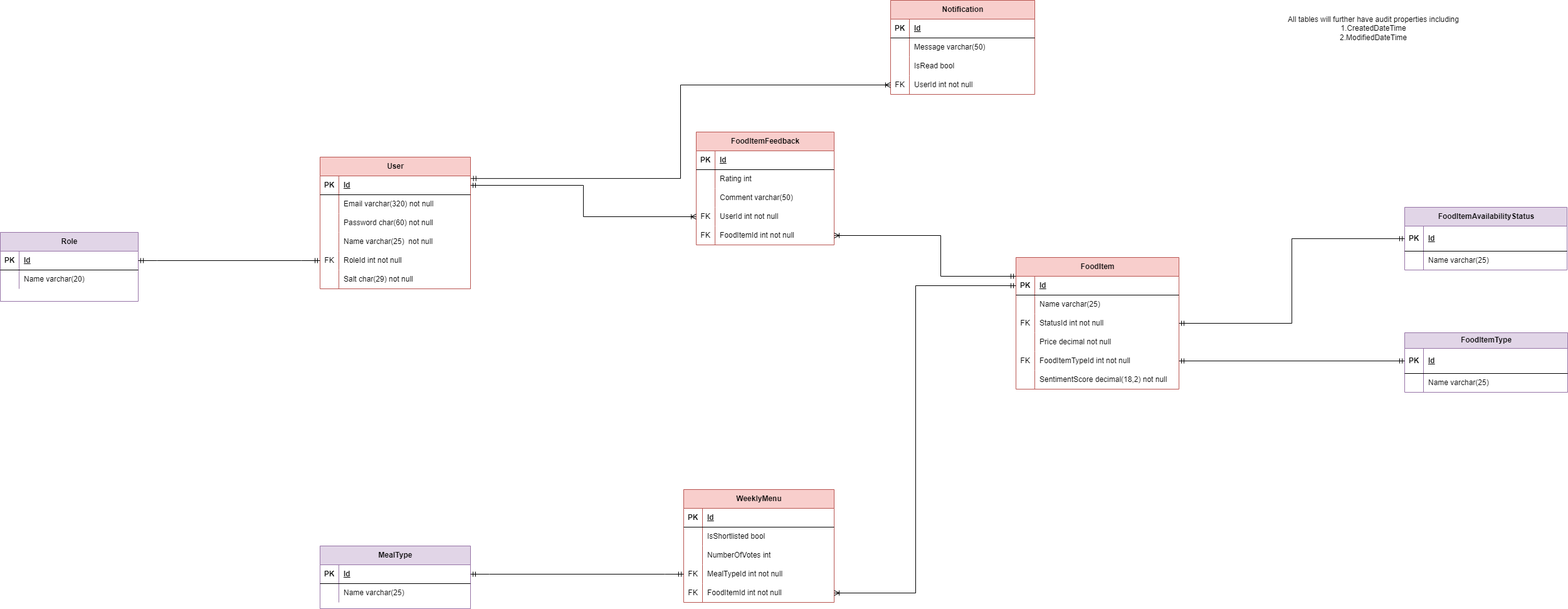
The draw.io diagram Uml Diagrams/ERDiagram.png in radhikaaojha/Cafeteria-Recommendation-Engine, before a commit. Source tidied: cells renumbered, new cells last; positions are measured from the earlier drawing's top-left corner, leaving out a move shared by most shapes.
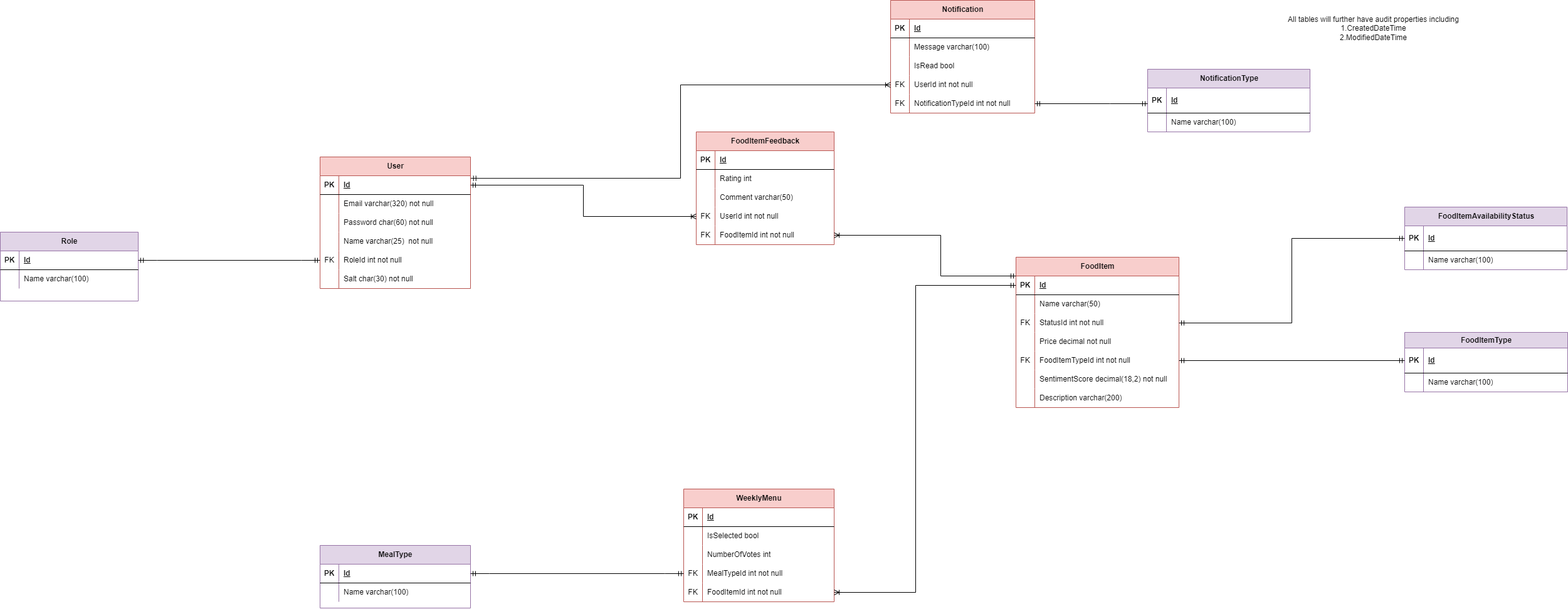
After the commit.

Diff of the diagram source:
```diff
@@ -56,7 +56,7 @@
     <mxCell id="19" style="shape=partialRectangle;fillColor=none;top=0;left=0;bottom=0;right=0;overflow=hidden;whiteSpace=wrap;html=1;" parent="18" vertex="1">
       <mxGeometry width="30" height="30" as="geometry" />
     </mxCell>
-    <mxCell id="20" value="Salt char(29) not null" style="shape=partialRectangle;fillColor=none;top=0;left=0;bottom=0;right=0;align=left;spacingLeft=6;overflow=hidden;whiteSpace=wrap;html=1;" parent="18" vertex="1">
+    <mxCell id="20" value="Salt char(30) not null" style="shape=partialRectangle;fillColor=none;top=0;left=0;bottom=0;right=0;align=left;spacingLeft=6;overflow=hidden;whiteSpace=wrap;html=1;" parent="18" vertex="1">
       <mxGeometry x="30" width="210" height="30" as="geometry" />
     </mxCell>
     <mxCell id="21" value="Role" style="shape=table;startSize=30;rowLines=0;fontStyle=1;align=center;html=1;fillColor=#e1d5e7;strokeColor=#9673a6;" parent="1" vertex="1">
@@ -77,11 +77,11 @@
     <mxCell id="26" style="shape=partialRectangle;fillColor=none;top=0;left=0;bottom=0;right=0;overflow=hidden;whiteSpace=wrap;html=1;" parent="25" vertex="1">
       <mxGeometry width="30" height="30" as="geometry" />
     </mxCell>
-    <mxCell id="27" value="Name varchar(20)" style="shape=partialRectangle;fillColor=none;top=0;left=0;bottom=0;right=0;align=left;spacingLeft=6;overflow=hidden;whiteSpace=wrap;html=1;" parent="25" vertex="1">
+    <mxCell id="27" value="Name varchar(100)" style="shape=partialRectangle;fillColor=none;top=0;left=0;bottom=0;right=0;align=left;spacingLeft=6;overflow=hidden;whiteSpace=wrap;html=1;" parent="25" vertex="1">
       <mxGeometry x="30" width="190" height="30" as="geometry" />
     </mxCell>
     <mxCell id="28" value="FoodItem" style="shape=table;startSize=30;rowLines=0;fontStyle=1;align=center;html=1;fillColor=#f8cecc;strokeColor=#b85450;" parent="1" vertex="1">
-      <mxGeometry x="1620" y="410" width="260" height="210" as="geometry" />
+      <mxGeometry x="1620" y="410" width="260" height="240" as="geometry" />
     </mxCell>
     <mxCell id="29" style="shape=tableRow;horizontal=0;startSize=0;swimlaneHead=0;swimlaneBody=0;fillColor=none;points=[[0,0.5],[1,0.5]];portConstraint=eastwest;top=0;left=0;right=0;bottom=1;" parent="28" vertex="1">
       <mxGeometry y="30" width="260" height="30" as="geometry" />
@@ -98,7 +98,7 @@
     <mxCell id="33" style="shape=partialRectangle;fillColor=none;top=0;left=0;bottom=0;right=0;overflow=hidden;whiteSpace=wrap;html=1;" parent="32" vertex="1">
       <mxGeometry width="30" height="30" as="geometry" />
     </mxCell>
-    <mxCell id="34" value="Name varchar(25)" style="shape=partialRectangle;fillColor=none;top=0;left=0;bottom=0;right=0;align=left;spacingLeft=6;overflow=hidden;whiteSpace=wrap;html=1;" parent="32" vertex="1">
+    <mxCell id="34" value="Name varchar(50)" style="shape=partialRectangle;fillColor=none;top=0;left=0;bottom=0;right=0;align=left;spacingLeft=6;overflow=hidden;whiteSpace=wrap;html=1;" parent="32" vertex="1">
       <mxGeometry x="30" width="230" height="30" as="geometry" />
     </mxCell>
     <mxCell id="35" style="shape=tableRow;horizontal=0;startSize=0;swimlaneHead=0;swimlaneBody=0;fillColor=none;points=[[0,0.5],[1,0.5]];portConstraint=eastwest;top=0;left=0;right=0;bottom=0;" parent="28" vertex="1">
@@ -137,6 +137,15 @@
     <mxCell id="46" value="SentimentScore decimal(18,2) not null" style="shape=partialRectangle;fillColor=none;top=0;left=0;bottom=0;right=0;align=left;spacingLeft=6;overflow=hidden;whiteSpace=wrap;html=1;" parent="44" vertex="1">
       <mxGeometry x="30" width="230" height="30" as="geometry" />
     </mxCell>
+    <mxCell id="127" style="shape=tableRow;horizontal=0;startSize=0;swimlaneHead=0;swimlaneBody=0;fillColor=none;top=0;left=0;right=0;bottom=0;" parent="28" vertex="1">
+      <mxGeometry y="210" width="260" height="30" as="geometry" />
+    </mxCell>
+    <mxCell id="128" style="shape=partialRectangle;fillColor=none;top=0;left=0;bottom=0;right=0;overflow=hidden;whiteSpace=wrap;html=1;" parent="127" vertex="1">
+      <mxGeometry width="30" height="30" as="geometry" />
+    </mxCell>
+    <mxCell id="129" value="Description varchar(200)" style="shape=partialRectangle;fillColor=none;top=0;left=0;bottom=0;right=0;align=left;spacingLeft=6;overflow=hidden;whiteSpace=wrap;html=1;" parent="127" vertex="1">
+      <mxGeometry x="30" width="230" height="30" as="geometry" />
+    </mxCell>
     <mxCell id="47" value="MealType" style="shape=table;startSize=30;rowLines=0;fontStyle=1;align=center;html=1;fillColor=#e1d5e7;strokeColor=#9673a6;" parent="1" vertex="1">
       <mxGeometry x="510" y="870" width="240" height="100" as="geometry" />
     </mxCell>
@@ -155,11 +164,11 @@
     <mxCell id="52" style="shape=partialRectangle;fillColor=none;top=0;left=0;bottom=0;right=0;overflow=hidden;whiteSpace=wrap;html=1;" parent="51" vertex="1">
       <mxGeometry width="30" height="30" as="geometry" />
     </mxCell>
-    <mxCell id="53" value="Name varchar(25)" style="shape=partialRectangle;fillColor=none;top=0;left=0;bottom=0;right=0;align=left;spacingLeft=6;overflow=hidden;whiteSpace=wrap;html=1;" parent="51" vertex="1">
+    <mxCell id="53" value="Name varchar(100)" style="shape=partialRectangle;fillColor=none;top=0;left=0;bottom=0;right=0;align=left;spacingLeft=6;overflow=hidden;whiteSpace=wrap;html=1;" parent="51" vertex="1">
       <mxGeometry x="30" width="210" height="30" as="geometry" />
     </mxCell>
     <mxCell id="54" value="Notification" style="shape=table;startSize=30;rowLines=0;fontStyle=1;align=center;html=1;fillColor=#f8cecc;strokeColor=#b85450;" parent="1" vertex="1">
-      <mxGeometry x="1420" width="230" height="150" as="geometry" />
+      <mxGeometry x="1420" width="230" height="180" as="geometry" />
     </mxCell>
     <mxCell id="55" style="shape=tableRow;horizontal=0;startSize=0;swimlaneHead=0;swimlaneBody=0;fillColor=none;top=0;left=0;right=0;bottom=1;" parent="54" vertex="1">
       <mxGeometry y="30" width="230" height="30" as="geometry" />
@@ -176,7 +185,7 @@
     <mxCell id="59" style="shape=partialRectangle;fillColor=none;top=0;left=0;bottom=0;right=0;overflow=hidden;whiteSpace=wrap;html=1;" parent="58" vertex="1">
       <mxGeometry width="30" height="30" as="geometry" />
     </mxCell>
-    <mxCell id="60" value="Message varchar(50)" style="shape=partialRectangle;fillColor=none;top=0;left=0;bottom=0;right=0;align=left;spacingLeft=6;overflow=hidden;whiteSpace=wrap;html=1;" parent="58" vertex="1">
+    <mxCell id="60" value="Message varchar(100)" style="shape=partialRectangle;fillColor=none;top=0;left=0;bottom=0;right=0;align=left;spacingLeft=6;overflow=hidden;whiteSpace=wrap;html=1;" parent="58" vertex="1">
       <mxGeometry x="30" width="200" height="30" as="geometry" />
     </mxCell>
     <mxCell id="61" style="shape=tableRow;horizontal=0;startSize=0;swimlaneHead=0;swimlaneBody=0;fillColor=none;top=0;left=0;right=0;bottom=0;" parent="54" vertex="1">
@@ -197,6 +206,15 @@
     <mxCell id="66" value="UserId int not null" style="shape=partialRectangle;fillColor=none;top=0;left=0;bottom=0;right=0;align=left;spacingLeft=6;overflow=hidden;whiteSpace=wrap;html=1;" parent="64" vertex="1">
       <mxGeometry x="30" width="200" height="30" as="geometry" />
     </mxCell>
+    <mxCell id="130" style="shape=tableRow;horizontal=0;startSize=0;swimlaneHead=0;swimlaneBody=0;fillColor=none;points=[[0,0.5],[1,0.5]];portConstraint=eastwest;top=0;left=0;right=0;bottom=0;" parent="54" vertex="1">
+      <mxGeometry y="150" width="230" height="30" as="geometry" />
+    </mxCell>
+    <mxCell id="131" value="FK" style="shape=partialRectangle;fillColor=none;top=0;left=0;bottom=0;right=0;overflow=hidden;whiteSpace=wrap;html=1;" parent="130" vertex="1">
+      <mxGeometry width="30" height="30" as="geometry" />
+    </mxCell>
+    <mxCell id="132" value="NotificationTypeId int not null" style="shape=partialRectangle;fillColor=none;top=0;left=0;bottom=0;right=0;align=left;spacingLeft=6;overflow=hidden;whiteSpace=wrap;html=1;" parent="130" vertex="1">
+      <mxGeometry x="30" width="200" height="30" as="geometry" />
+    </mxCell>
     <mxCell id="67" value="FoodItemFeedback" style="shape=table;startSize=30;rowLines=0;fontStyle=1;align=center;html=1;fillColor=#f8cecc;strokeColor=#b85450;" parent="1" vertex="1">
       <mxGeometry x="1110" y="210" width="220" height="180" as="geometry" />
     </mxCell>
@@ -263,7 +281,7 @@
     <mxCell id="88" style="shape=partialRectangle;fillColor=none;top=0;left=0;bottom=0;right=0;overflow=hidden;whiteSpace=wrap;html=1;" parent="87" vertex="1">
       <mxGeometry width="30" height="30" as="geometry" />
     </mxCell>
-    <mxCell id="89" value="IsShortlisted bool" style="shape=partialRectangle;fillColor=none;top=0;left=0;bottom=0;right=0;align=left;spacingLeft=6;overflow=hidden;whiteSpace=wrap;html=1;" parent="87" vertex="1">
+    <mxCell id="89" value="IsSelected bool" style="shape=partialRectangle;fillColor=none;top=0;left=0;bottom=0;right=0;align=left;spacingLeft=6;overflow=hidden;whiteSpace=wrap;html=1;" parent="87" vertex="1">
       <mxGeometry x="30" width="210" height="30" as="geometry" />
     </mxCell>
     <mxCell id="90" style="shape=tableRow;horizontal=0;startSize=0;swimlaneHead=0;swimlaneBody=0;fillColor=none;top=0;left=0;right=0;bottom=0;" parent="83" vertex="1">
@@ -333,7 +351,7 @@
     <mxCell id="108" style="shape=partialRectangle;fillColor=none;top=0;left=0;bottom=0;right=0;overflow=hidden;whiteSpace=wrap;html=1;" parent="107" vertex="1">
       <mxGeometry width="30" height="30" as="geometry" />
     </mxCell>
-    <mxCell id="109" value="Name varchar(25)" style="shape=partialRectangle;fillColor=none;top=0;left=0;bottom=0;right=0;align=left;spacingLeft=6;overflow=hidden;whiteSpace=wrap;html=1;" parent="107" vertex="1">
+    <mxCell id="109" value="Name varchar(100)" style="shape=partialRectangle;fillColor=none;top=0;left=0;bottom=0;right=0;align=left;spacingLeft=6;overflow=hidden;whiteSpace=wrap;html=1;" parent="107" vertex="1">
       <mxGeometry x="30" width="229" height="30" as="geometry" />
     </mxCell>
     <mxCell id="110" style="edgeStyle=orthogonalEdgeStyle;fontSize=12;html=1;endArrow=ERmandOne;startArrow=ERmandOne;rounded=0;" parent="1" edge="1" source="35" target="104">
@@ -372,7 +390,7 @@
     <mxCell id="121" style="shape=partialRectangle;fillColor=none;top=0;left=0;bottom=0;right=0;overflow=hidden;whiteSpace=wrap;html=1;" parent="120" vertex="1">
       <mxGeometry width="30" height="30" as="geometry" />
     </mxCell>
-    <mxCell id="122" value="Name varchar(25)" style="shape=partialRectangle;fillColor=none;top=0;left=0;bottom=0;right=0;align=left;spacingLeft=6;overflow=hidden;whiteSpace=wrap;html=1;" parent="120" vertex="1">
+    <mxCell id="122" value="Name varchar(100)" style="shape=partialRectangle;fillColor=none;top=0;left=0;bottom=0;right=0;align=left;spacingLeft=6;overflow=hidden;whiteSpace=wrap;html=1;" parent="120" vertex="1">
       <mxGeometry x="30" width="230" height="30" as="geometry" />
     </mxCell>
     <mxCell id="123" style="fontSize=12;html=1;endArrow=ERmandOne;startArrow=ERmandOne;rounded=0;" parent="1" edge="1" source="41" target="117">
@@ -387,5 +405,34 @@
     <mxCell id="126" value="All tables will further have audit properties including&lt;div&gt;1.CreatedDateTime&lt;/div&gt;&lt;div&gt;2.ModifiedDateTime&lt;/div&gt;" style="text;html=1;align=center;verticalAlign=middle;strokeColor=none;fillColor=none;" parent="1" vertex="1">
       <mxGeometry x="2040" y="15" width="300" height="60" as="geometry" />
     </mxCell>
+    <mxCell id="133" value="NotificationType" style="shape=table;startSize=30;rowLines=0;fontStyle=1;align=center;html=1;fillColor=#e1d5e7;strokeColor=#9673a6;" parent="1" vertex="1">
+      <mxGeometry x="1830" y="110" width="259" height="100" as="geometry" />
+    </mxCell>
+    <mxCell id="134" style="shape=tableRow;horizontal=0;startSize=0;swimlaneHead=0;swimlaneBody=0;fillColor=none;points=[[0,0.5],[1,0.5]];portConstraint=eastwest;top=0;left=0;right=0;bottom=1;" parent="133" vertex="1">
+      <mxGeometry y="30" width="259" height="40" as="geometry" />
+    </mxCell>
+    <mxCell id="135" value="PK" style="shape=partialRectangle;fillColor=none;top=0;left=0;bottom=0;right=0;fontStyle=1;overflow=hidden;whiteSpace=wrap;html=1;" parent="134" vertex="1">
+      <mxGeometry width="30" height="40" as="geometry" />
+    </mxCell>
+    <mxCell id="136" value="Id" style="shape=partialRectangle;fillColor=none;top=0;left=0;bottom=0;right=0;align=left;spacingLeft=6;fontStyle=5;overflow=hidden;whiteSpace=wrap;html=1;" parent="134" vertex="1">
+      <mxGeometry x="30" width="229" height="40" as="geometry" />
+    </mxCell>
+    <mxCell id="137" style="shape=tableRow;horizontal=0;startSize=0;swimlaneHead=0;swimlaneBody=0;fillColor=none;top=0;left=0;right=0;bottom=0;" parent="133" vertex="1">
+      <mxGeometry y="70" width="259" height="30" as="geometry" />
+    </mxCell>
+    <mxCell id="138" style="shape=partialRectangle;fillColor=none;top=0;left=0;bottom=0;right=0;overflow=hidden;whiteSpace=wrap;html=1;" parent="137" vertex="1">
+      <mxGeometry width="30" height="30" as="geometry" />
+    </mxCell>
+    <mxCell id="139" value="Name varchar(100)" style="shape=partialRectangle;fillColor=none;top=0;left=0;bottom=0;right=0;align=left;spacingLeft=6;overflow=hidden;whiteSpace=wrap;html=1;" parent="137" vertex="1">
+      <mxGeometry x="30" width="229" height="30" as="geometry" />
+    </mxCell>
+    <mxCell id="140" style="edgeStyle=orthogonalEdgeStyle;fontSize=12;html=1;endArrow=ERmandOne;startArrow=ERmandOne;rounded=0;" parent="1" edge="1" source="130" target="134">
+      <mxGeometry relative="1" as="geometry">
+        <Array as="points">
+          <mxPoint x="1770" y="165" />
+          <mxPoint x="1770" y="165" />
+        </Array>
+      </mxGeometry>
+    </mxCell>
   </root>
 </mxGraphModel>
```
